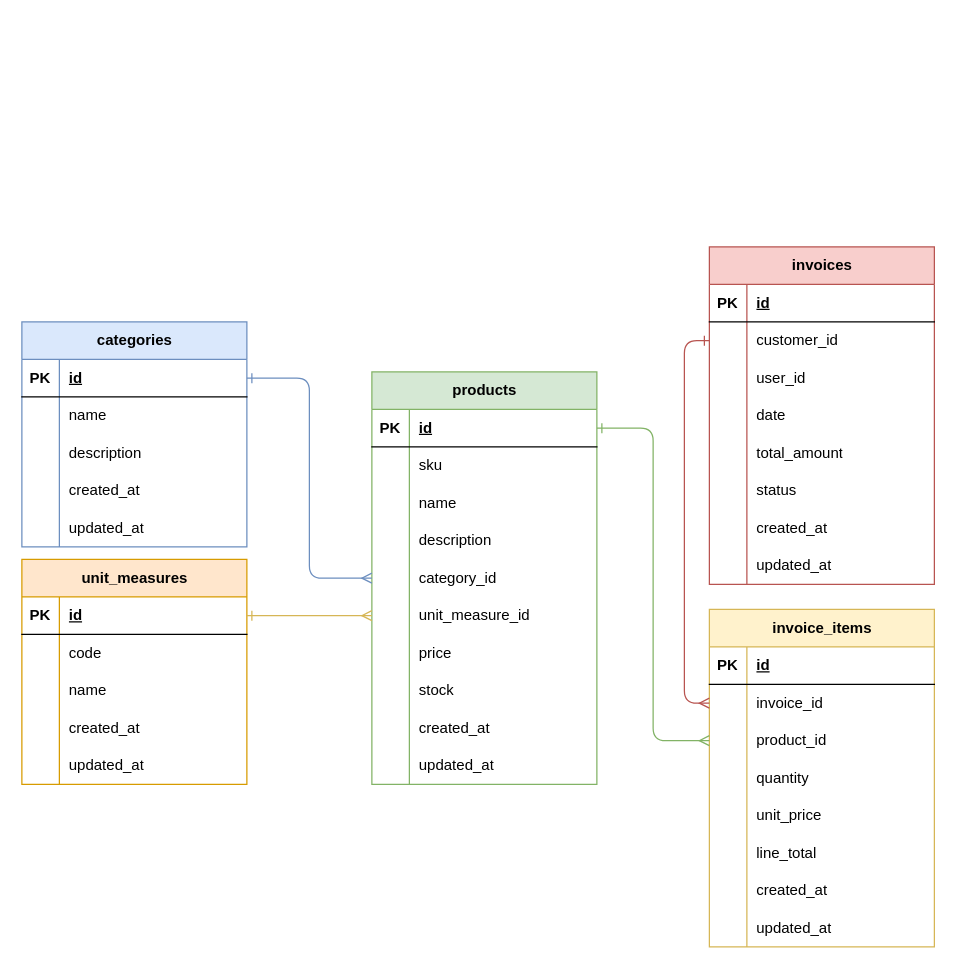
The draw.io diagram digrams/db.drawio in yerlinson10/POS, before the edit. Source tidied: cells renumbered, new cells numbered last; positions are measured from the earlier drawing's top-left corner, leaving out a move shared by most shapes. Both pictures are drawn from the tidied source at 125%, with x=0, y=0 at pixel (21, 246).
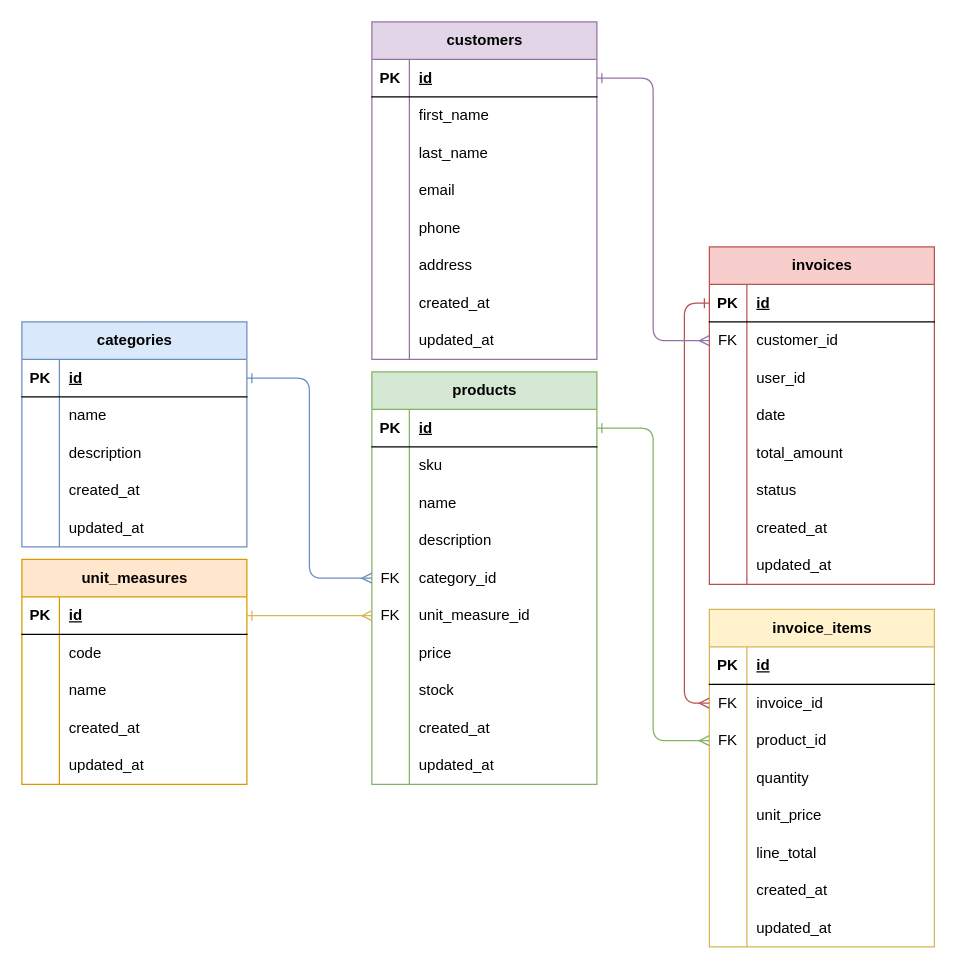
After the change.

Commit message:
Update rules for Copilot assistant

Refined the behavioral and response rules for the GitHub Copilot assistant, clarifying response boundaries, content policies, and developer-focused guidance.

Unchanged cells that the change refers to:
```xml
<mxCell id="47" style="shape=tableRow;horizontal=0;startSize=0;swimlaneHead=0;swimlaneBody=0;fillColor=none;points=[[0,0.5],[1,0.5]];portConstraint=eastwest;top=0;left=0;right=0;bottom=0;" parent="34" vertex="1">
  <mxGeometry y="150" width="180" height="30" as="geometry" />
</mxCell>
<mxCell id="50" style="shape=tableRow;horizontal=0;startSize=0;swimlaneHead=0;swimlaneBody=0;fillColor=none;points=[[0,0.5],[1,0.5]];portConstraint=eastwest;top=0;left=0;right=0;bottom=0;" parent="34" vertex="1">
  <mxGeometry y="180" width="180" height="30" as="geometry" />
</mxCell>
<mxCell id="68" style="shape=tableRow;horizontal=0;startSize=0;swimlaneHead=0;swimlaneBody=0;fillColor=none;points=[[0,0.5],[1,0.5]];portConstraint=eastwest;top=0;left=0;right=0;bottom=1;" parent="67" vertex="1">
  <mxGeometry y="30" width="180" height="30" as="geometry" />
</mxCell>
<mxCell id="71" style="shape=tableRow;horizontal=0;startSize=0;swimlaneHead=0;swimlaneBody=0;fillColor=none;points=[[0,0.5],[1,0.5]];portConstraint=eastwest;top=0;left=0;right=0;bottom=0;" parent="67" vertex="1">
  <mxGeometry y="60" width="180" height="30" as="geometry" />
</mxCell>
<mxCell id="96" style="shape=tableRow;horizontal=0;startSize=0;swimlaneHead=0;swimlaneBody=0;fillColor=none;points=[[0,0.5],[1,0.5]];portConstraint=eastwest;top=0;left=0;right=0;bottom=0;" parent="92" vertex="1">
  <mxGeometry y="60" width="180" height="30" as="geometry" />
</mxCell>
<mxCell id="99" style="shape=tableRow;horizontal=0;startSize=0;swimlaneHead=0;swimlaneBody=0;fillColor=none;points=[[0,0.5],[1,0.5]];portConstraint=eastwest;top=0;left=0;right=0;bottom=0;" parent="92" vertex="1">
  <mxGeometry y="90" width="180" height="30" as="geometry" />
</mxCell>
```

The edit, as a diff of the source:
```diff
@@
-    <mxCell id="48" style="shape=partialRectangle;fillColor=none;top=0;left=0;bottom=0;right=0;overflow=hidden;whiteSpace=wrap;html=1;" parent="47" vertex="1">
+    <mxCell id="48" value="FK" style="shape=partialRectangle;fillColor=none;top=0;left=0;bottom=0;right=0;overflow=hidden;whiteSpace=wrap;html=1;" parent="47" vertex="1">
       <mxGeometry width="30" height="30" as="geometry" />
     </mxCell>
@@
-    <mxCell id="51" style="shape=partialRectangle;fillColor=none;top=0;left=0;bottom=0;right=0;overflow=hidden;whiteSpace=wrap;html=1;" parent="50" vertex="1">
+    <mxCell id="51" value="FK" style="shape=partialRectangle;fillColor=none;top=0;left=0;bottom=0;right=0;overflow=hidden;whiteSpace=wrap;html=1;" parent="50" vertex="1">
       <mxGeometry width="30" height="30" as="geometry" />
     </mxCell>
@@
-    <mxCell id="72" style="shape=partialRectangle;fillColor=none;top=0;left=0;bottom=0;right=0;overflow=hidden;whiteSpace=wrap;html=1;" parent="71" vertex="1">
+    <mxCell id="72" value="FK" style="shape=partialRectangle;fillColor=none;top=0;left=0;bottom=0;right=0;overflow=hidden;whiteSpace=wrap;html=1;" parent="71" vertex="1">
       <mxGeometry width="30" height="30" as="geometry" />
     </mxCell>
@@
-    <mxCell id="97" style="shape=partialRectangle;fillColor=none;top=0;left=0;bottom=0;right=0;overflow=hidden;whiteSpace=wrap;html=1;" parent="96" vertex="1">
+    <mxCell id="97" value="FK" style="shape=partialRectangle;fillColor=none;top=0;left=0;bottom=0;right=0;overflow=hidden;whiteSpace=wrap;html=1;" parent="96" vertex="1">
       <mxGeometry width="30" height="30" as="geometry" />
     </mxCell>
@@
-    <mxCell id="100" style="shape=partialRectangle;fillColor=none;top=0;left=0;bottom=0;right=0;overflow=hidden;whiteSpace=wrap;html=1;" parent="99" vertex="1">
+    <mxCell id="100" value="FK" style="shape=partialRectangle;fillColor=none;top=0;left=0;bottom=0;right=0;overflow=hidden;whiteSpace=wrap;html=1;" parent="99" vertex="1">
       <mxGeometry width="30" height="30" as="geometry" />
     </mxCell>
@@
-    <mxCell id="118" style="edgeStyle=orthogonalEdgeStyle;html=1;exitX=0;exitY=0.5;exitDx=0;exitDy=0;entryX=0;entryY=0.5;entryDx=0;entryDy=0;startArrow=ERone;startFill=0;endArrow=ERmany;endFill=0;fillColor=#f8cecc;strokeColor=#b85450;" parent="1" edge="1" source="71" target="96">
+    <mxCell id="118" style="edgeStyle=orthogonalEdgeStyle;html=1;exitX=0;exitY=0.5;exitDx=0;exitDy=0;entryX=0;entryY=0.5;entryDx=0;entryDy=0;startArrow=ERone;startFill=0;endArrow=ERmany;endFill=0;fillColor=#f8cecc;strokeColor=#b85450;" parent="1" edge="1" source="68" target="96">
       <mxGeometry relative="1" as="geometry">
         <Array as="points">
-          <mxPoint x="530" y="75" />
+          <mxPoint x="530" y="45" />
           <mxPoint x="530" y="365" />
         </Array>
       </mxGeometry>
     </mxCell>
+    <mxCell id="119" value="customers" style="shape=table;startSize=30;childLayout=tableLayout;rowLines=0;fontStyle=1;align=center;html=1;fillColor=#e1d5e7;strokeColor=#9673a6;" parent="1" vertex="1">
+      <mxGeometry x="280" y="-180" width="180" height="270" as="geometry" />
+    </mxCell>
+    <mxCell id="120" style="shape=tableRow;horizontal=0;startSize=0;swimlaneHead=0;swimlaneBody=0;fillColor=none;points=[[0,0.5],[1,0.5]];portConstraint=eastwest;top=0;left=0;right=0;bottom=1;" parent="119" vertex="1">
+      <mxGeometry y="30" width="180" height="30" as="geometry" />
+    </mxCell>
+    <mxCell id="121" value="PK" style="shape=partialRectangle;fillColor=none;top=0;left=0;bottom=0;right=0;fontStyle=1;overflow=hidden;whiteSpace=wrap;html=1;" parent="120" vertex="1">
+      <mxGeometry width="30" height="30" as="geometry" />
+    </mxCell>
+    <mxCell id="122" value="id" style="shape=partialRectangle;fillColor=none;top=0;left=0;bottom=0;right=0;align=left;spacingLeft=6;fontStyle=5;overflow=hidden;whiteSpace=wrap;html=1;" parent="120" vertex="1">
+      <mxGeometry x="30" width="150" height="30" as="geometry" />
+    </mxCell>
+    <mxCell id="123" style="shape=tableRow;horizontal=0;startSize=0;swimlaneHead=0;swimlaneBody=0;fillColor=none;top=0;left=0;right=0;bottom=0;" parent="119" vertex="1">
+      <mxGeometry y="60" width="180" height="30" as="geometry" />
+    </mxCell>
+    <mxCell id="124" style="shape=partialRectangle;fillColor=none;top=0;left=0;bottom=0;right=0;overflow=hidden;whiteSpace=wrap;html=1;" parent="123" vertex="1">
+      <mxGeometry width="30" height="30" as="geometry" />
+    </mxCell>
+    <mxCell id="125" value="first_name" style="shape=partialRectangle;fillColor=none;top=0;left=0;bottom=0;right=0;align=left;spacingLeft=6;overflow=hidden;whiteSpace=wrap;html=1;" parent="123" vertex="1">
+      <mxGeometry x="30" width="150" height="30" as="geometry" />
+    </mxCell>
+    <mxCell id="126" style="shape=tableRow;horizontal=0;startSize=0;swimlaneHead=0;swimlaneBody=0;fillColor=none;top=0;left=0;right=0;bottom=0;" parent="119" vertex="1">
+      <mxGeometry y="90" width="180" height="30" as="geometry" />
+    </mxCell>
+    <mxCell id="127" style="shape=partialRectangle;fillColor=none;top=0;left=0;bottom=0;right=0;overflow=hidden;whiteSpace=wrap;html=1;" parent="126" vertex="1">
+      <mxGeometry width="30" height="30" as="geometry" />
+    </mxCell>
+    <mxCell id="128" value="last_name" style="shape=partialRectangle;fillColor=none;top=0;left=0;bottom=0;right=0;align=left;spacingLeft=6;overflow=hidden;whiteSpace=wrap;html=1;" parent="126" vertex="1">
+      <mxGeometry x="30" width="150" height="30" as="geometry" />
+    </mxCell>
+    <mxCell id="129" style="shape=tableRow;horizontal=0;startSize=0;swimlaneHead=0;swimlaneBody=0;fillColor=none;top=0;left=0;right=0;bottom=0;" parent="119" vertex="1">
+      <mxGeometry y="120" width="180" height="30" as="geometry" />
+    </mxCell>
+    <mxCell id="130" style="shape=partialRectangle;fillColor=none;top=0;left=0;bottom=0;right=0;overflow=hidden;whiteSpace=wrap;html=1;" parent="129" vertex="1">
+      <mxGeometry width="30" height="30" as="geometry" />
+    </mxCell>
+    <mxCell id="131" value="email" style="shape=partialRectangle;fillColor=none;top=0;left=0;bottom=0;right=0;align=left;spacingLeft=6;overflow=hidden;whiteSpace=wrap;html=1;" parent="129" vertex="1">
+      <mxGeometry x="30" width="150" height="30" as="geometry" />
+    </mxCell>
+    <mxCell id="132" style="shape=tableRow;horizontal=0;startSize=0;swimlaneHead=0;swimlaneBody=0;fillColor=none;top=0;left=0;right=0;bottom=0;" parent="119" vertex="1">
+      <mxGeometry y="150" width="180" height="30" as="geometry" />
+    </mxCell>
+    <mxCell id="133" style="shape=partialRectangle;fillColor=none;top=0;left=0;bottom=0;right=0;overflow=hidden;whiteSpace=wrap;html=1;" parent="132" vertex="1">
+      <mxGeometry width="30" height="30" as="geometry" />
+    </mxCell>
+    <mxCell id="134" value="phone" style="shape=partialRectangle;fillColor=none;top=0;left=0;bottom=0;right=0;align=left;spacingLeft=6;overflow=hidden;whiteSpace=wrap;html=1;" parent="132" vertex="1">
+      <mxGeometry x="30" width="150" height="30" as="geometry" />
+    </mxCell>
+    <mxCell id="135" style="shape=tableRow;horizontal=0;startSize=0;swimlaneHead=0;swimlaneBody=0;fillColor=none;top=0;left=0;right=0;bottom=0;" parent="119" vertex="1">
+      <mxGeometry y="180" width="180" height="30" as="geometry" />
+    </mxCell>
+    <mxCell id="136" style="shape=partialRectangle;fillColor=none;top=0;left=0;bottom=0;right=0;overflow=hidden;whiteSpace=wrap;html=1;" parent="135" vertex="1">
+      <mxGeometry width="30" height="30" as="geometry" />
+    </mxCell>
+    <mxCell id="137" value="address" style="shape=partialRectangle;fillColor=none;top=0;left=0;bottom=0;right=0;align=left;spacingLeft=6;overflow=hidden;whiteSpace=wrap;html=1;" parent="135" vertex="1">
+      <mxGeometry x="30" width="150" height="30" as="geometry" />
+    </mxCell>
+    <mxCell id="138" style="shape=tableRow;horizontal=0;startSize=0;swimlaneHead=0;swimlaneBody=0;fillColor=none;top=0;left=0;right=0;bottom=0;" parent="119" vertex="1">
+      <mxGeometry y="210" width="180" height="30" as="geometry" />
+    </mxCell>
+    <mxCell id="139" style="shape=partialRectangle;fillColor=none;top=0;left=0;bottom=0;right=0;overflow=hidden;whiteSpace=wrap;html=1;" parent="138" vertex="1">
+      <mxGeometry width="30" height="30" as="geometry" />
+    </mxCell>
+    <mxCell id="140" value="created_at" style="shape=partialRectangle;fillColor=none;top=0;left=0;bottom=0;right=0;align=left;spacingLeft=6;overflow=hidden;whiteSpace=wrap;html=1;" parent="138" vertex="1">
+      <mxGeometry x="30" width="150" height="30" as="geometry" />
+    </mxCell>
+    <mxCell id="141" style="shape=tableRow;horizontal=0;startSize=0;swimlaneHead=0;swimlaneBody=0;fillColor=none;top=0;left=0;right=0;bottom=0;" parent="119" vertex="1">
+      <mxGeometry y="240" width="180" height="30" as="geometry" />
+    </mxCell>
+    <mxCell id="142" style="shape=partialRectangle;fillColor=none;top=0;left=0;bottom=0;right=0;overflow=hidden;whiteSpace=wrap;html=1;" parent="141" vertex="1">
+      <mxGeometry width="30" height="30" as="geometry" />
+    </mxCell>
+    <mxCell id="143" value="updated_at" style="shape=partialRectangle;fillColor=none;top=0;left=0;bottom=0;right=0;align=left;spacingLeft=6;overflow=hidden;whiteSpace=wrap;html=1;" parent="141" vertex="1">
+      <mxGeometry x="30" width="150" height="30" as="geometry" />
+    </mxCell>
+    <mxCell id="144" style="edgeStyle=orthogonalEdgeStyle;html=1;exitX=1;exitY=0.5;exitDx=0;exitDy=0;entryX=0;entryY=0.5;entryDx=0;entryDy=0;fillColor=#e1d5e7;strokeColor=#9673a6;startArrow=ERone;startFill=0;endArrow=ERmany;endFill=0;" parent="1" edge="1" source="120" target="71">
+      <mxGeometry relative="1" as="geometry" />
+    </mxCell>
```
